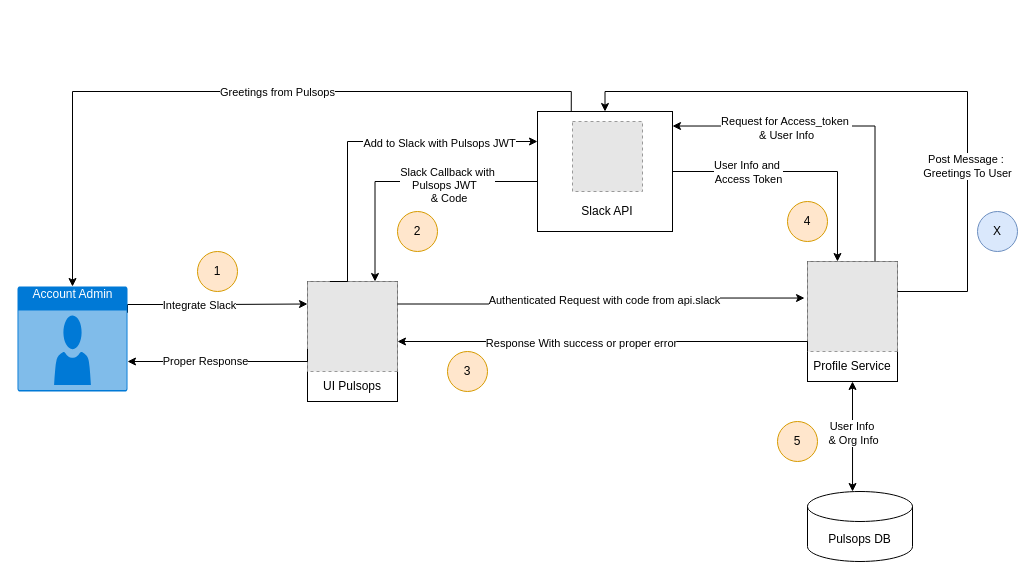
SamratChakrabortyy/draw.io keeps this draw.io diagram as slack_integration/Account_admin Slack Initialisation.drawio. Above is the earlier version. Source tidied: cells renumbered, new cells numbered last; positions are measured from the earlier drawing's top-left corner, leaving out a move shared by most shapes. Both pictures are drawn from the tidied source at 100%, with x=0, y=0 at pixel (17, 91). Pictures stored in the file or linked from it are replaced by grey dashed boxes.
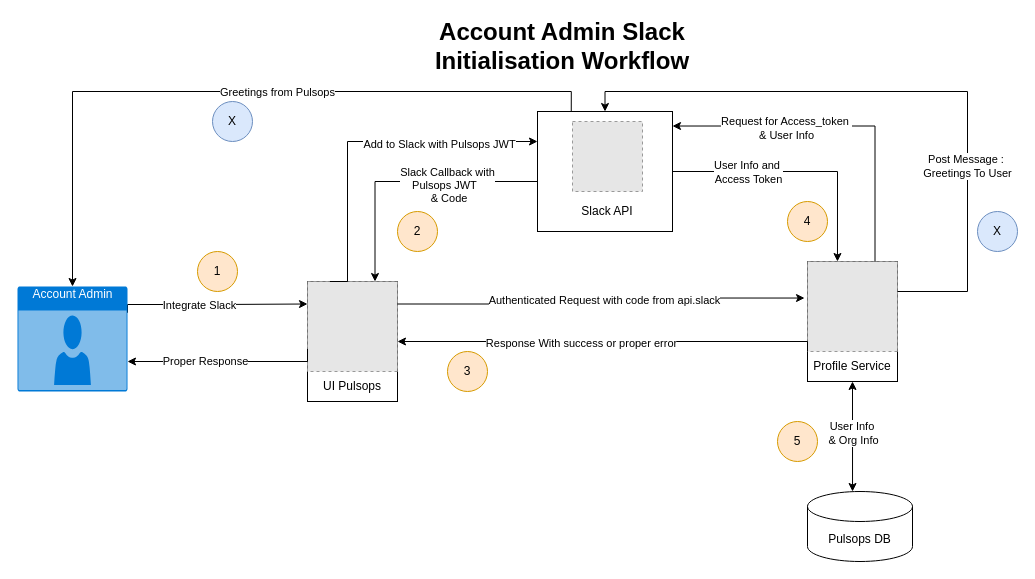
Above is the later version.

Change to the diagram source:
```diff
@@
+    <mxCell id="44" value="&lt;b&gt;&lt;font style=&quot;font-size: 24px&quot;&gt;Account Admin Slack Initialisation Workflow&lt;/font&gt;&lt;/b&gt;" style="text;html=1;strokeColor=none;fillColor=none;align=center;verticalAlign=middle;whiteSpace=wrap;rounded=0;" parent="1" vertex="1">
+      <mxGeometry x="400" y="-60" width="290" height="30" as="geometry" />
+    </mxCell>
+    <mxCell id="45" value="X" style="ellipse;whiteSpace=wrap;html=1;fillColor=#dae8fc;strokeColor=#6c8ebf;" parent="1" vertex="1">
+      <mxGeometry x="195" y="10" width="40" height="40" as="geometry" />
+    </mxCell>
```
